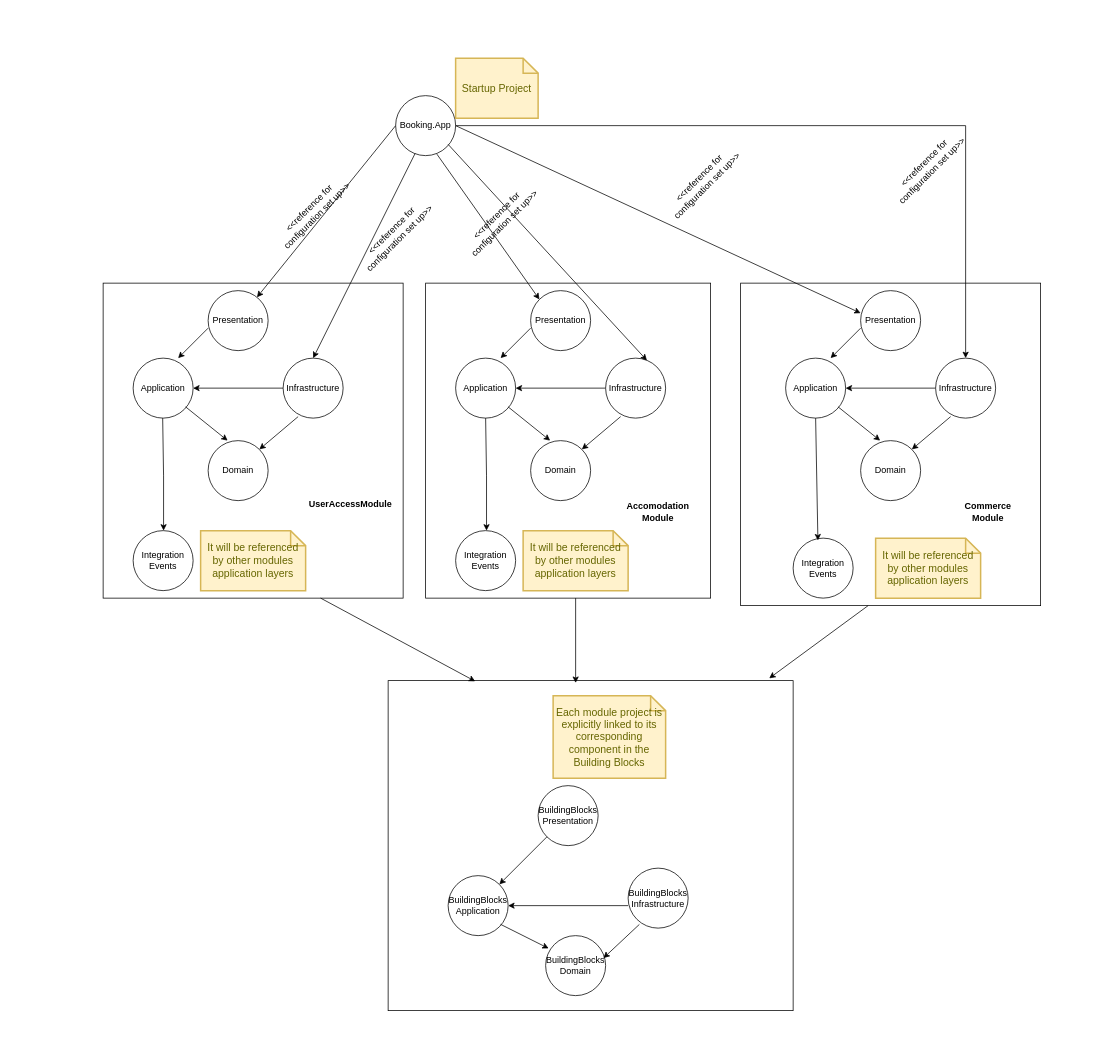
djordjekrsmanovic/modular_monolith keeps this draw.io diagram as dependency_graph.drawio. Above is the earlier version. Source tidied: cells renumbered, new cells numbered last; positions are measured from the earlier drawing's top-left corner, leaving out a move shared by most shapes. Both pictures are drawn from the tidied source at 75%, with x=0, y=0 at pixel (103, 58).
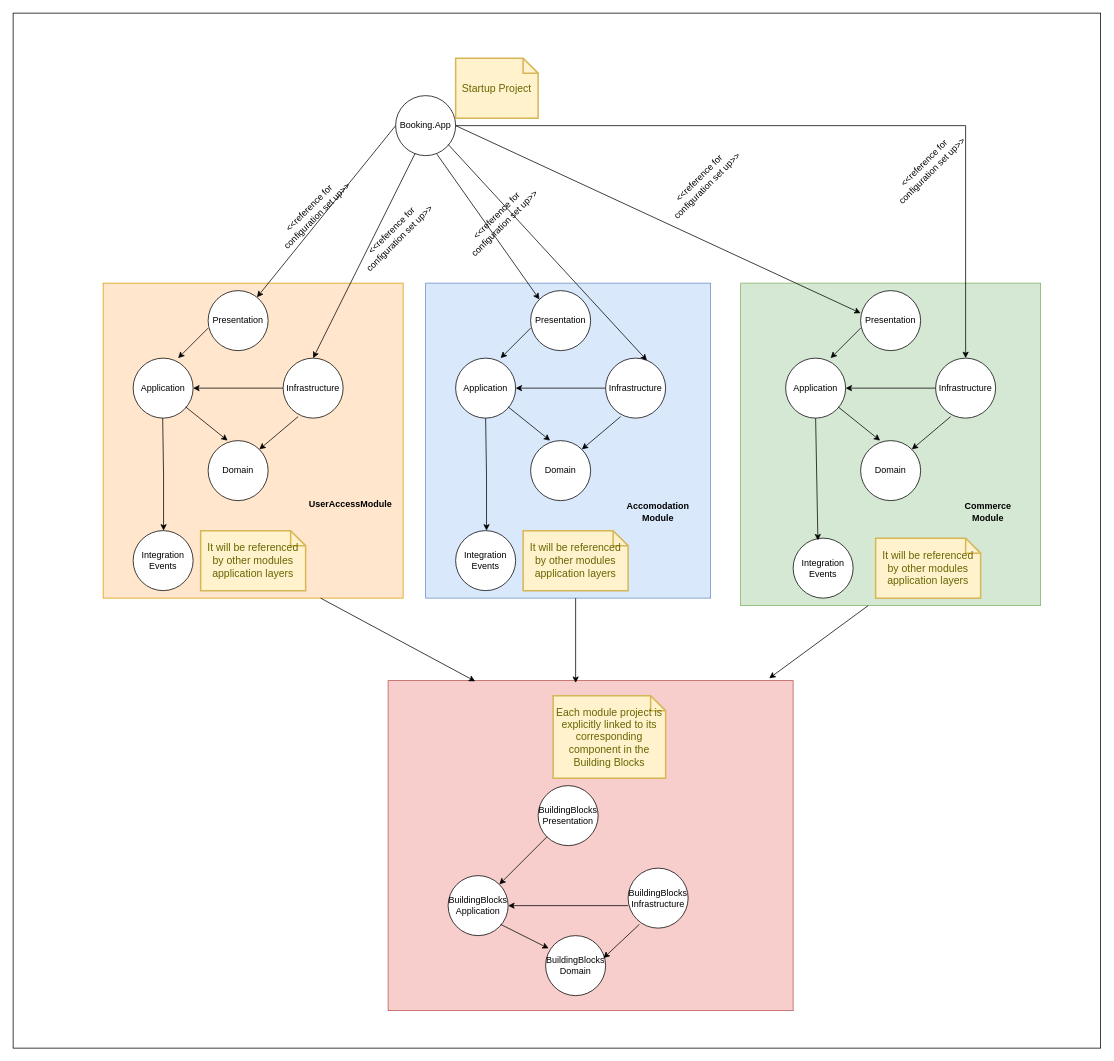
After the change.

What changed in the source:
```diff
@@
+    <mxCell id="67" style="rounded=0;whiteSpace=wrap;html=1;" parent="1" vertex="1">
+      <mxGeometry x="-120" y="-60" width="1450" height="1380" as="geometry" />
+    </mxCell>
-    <mxCell id="2" style="rounded=0;whiteSpace=wrap;html=1;" parent="1" vertex="1">
+    <mxCell id="2" style="rounded=0;whiteSpace=wrap;html=1;fillColor=#f8cecc;strokeColor=#b85450;" parent="1" vertex="1">
       <mxGeometry x="380" y="830" width="540" height="440" as="geometry" />
     </mxCell>
-    <mxCell id="3" style="rounded=0;whiteSpace=wrap;html=1;" parent="1" vertex="1">
+    <mxCell id="3" style="rounded=0;whiteSpace=wrap;html=1;fillColor=#d5e8d4;strokeColor=#82b366;" parent="1" vertex="1">
       <mxGeometry x="850" y="300" width="400" height="430" as="geometry" />
     </mxCell>
-    <mxCell id="4" style="rounded=0;whiteSpace=wrap;html=1;" parent="1" vertex="1">
+    <mxCell id="4" style="rounded=0;whiteSpace=wrap;html=1;fillColor=#dae8fc;strokeColor=#6c8ebf;" parent="1" vertex="1">
       <mxGeometry x="430" y="300" width="380" height="420" as="geometry" />
     </mxCell>
-    <mxCell id="5" style="rounded=0;whiteSpace=wrap;html=1;" parent="1" vertex="1">
+    <mxCell id="5" style="rounded=0;whiteSpace=wrap;html=1;fillColor=#ffe6cc;strokeColor=#d79b00;" parent="1" vertex="1">
       <mxGeometry y="300" width="400" height="420" as="geometry" />
     </mxCell>
```
